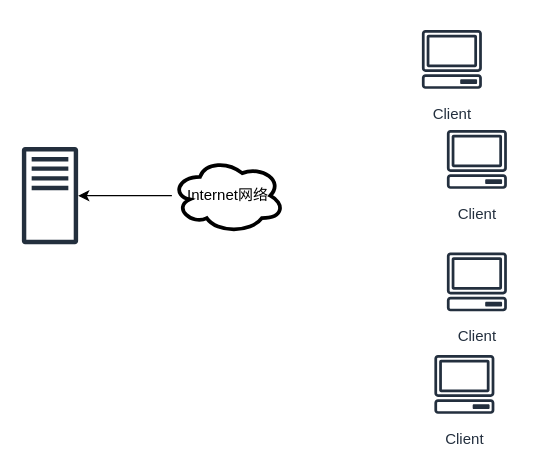
This is system_component.drawio from foreignbill/drawio, a draw.io file, before an edit. Source tidied: cells renumbered, new cells numbered last; positions are measured from the earlier drawing's top-left corner, leaving out a move shared by most shapes. Both pictures are drawn from the tidied source at 125%, with x=0, y=0 at pixel (21, 21).
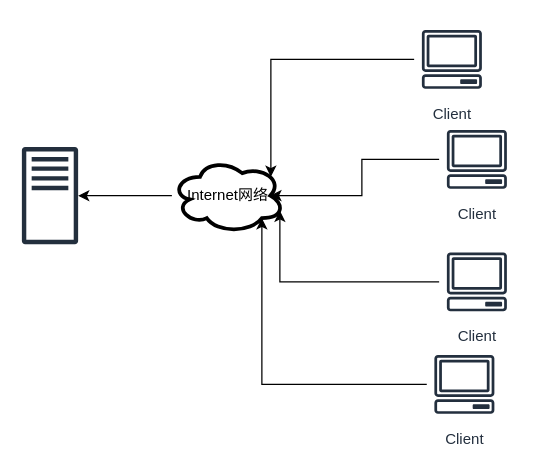
The same page after the edit.

The edit, as a diff of the source:
```diff
@@
 <mxGraphModel>
   <root>
     <mxCell id="0" />
     <mxCell id="1" parent="0" />
     <mxCell id="2" style="sketch=0;outlineConnect=0;fontColor=#232F3E;gradientColor=none;fillColor=#232F3D;strokeColor=none;dashed=0;verticalLabelPosition=bottom;verticalAlign=top;align=center;html=1;fontSize=12;fontStyle=0;shape=mxgraph.aws4.traditional_server;" parent="1" vertex="1">
       <mxGeometry y="100" width="45" height="78" as="geometry" />
     </mxCell>
+    <mxCell id="9" style="edgeStyle=orthogonalEdgeStyle;rounded=0;jettySize=auto;html=1;entryX=0.875;entryY=0.5;entryDx=0;entryDy=0;entryPerimeter=0;" parent="1" edge="1" source="3" target="8">
+      <mxGeometry relative="1" as="geometry" />
+    </mxCell>
     <mxCell id="3" value="Client" style="sketch=0;outlineConnect=0;fontColor=#232F3E;gradientColor=none;strokeColor=#232F3E;fillColor=#ffffff;dashed=0;verticalLabelPosition=bottom;verticalAlign=top;align=center;html=1;fontSize=12;fontStyle=0;shape=mxgraph.aws4.resourceIcon;resIcon=mxgraph.aws4.client;" parent="1" vertex="1">
       <mxGeometry x="334" y="80" width="60" height="60" as="geometry" />
     </mxCell>
+    <mxCell id="10" style="edgeStyle=orthogonalEdgeStyle;rounded=0;jettySize=auto;html=1;entryX=0.8;entryY=0.8;entryDx=0;entryDy=0;entryPerimeter=0;" parent="1" edge="1" source="4" target="8">
+      <mxGeometry relative="1" as="geometry" />
+    </mxCell>
     <mxCell id="4" value="Client" style="sketch=0;outlineConnect=0;fontColor=#232F3E;gradientColor=none;strokeColor=#232F3E;fillColor=#ffffff;dashed=0;verticalLabelPosition=bottom;verticalAlign=top;align=center;html=1;fontSize=12;fontStyle=0;shape=mxgraph.aws4.resourceIcon;resIcon=mxgraph.aws4.client;" parent="1" vertex="1">
       <mxGeometry x="324" y="260" width="60" height="60" as="geometry" />
     </mxCell>
+    <mxCell id="11" style="edgeStyle=orthogonalEdgeStyle;rounded=0;jettySize=auto;html=1;entryX=0.96;entryY=0.7;entryDx=0;entryDy=0;entryPerimeter=0;" parent="1" edge="1" source="5" target="8">
+      <mxGeometry relative="1" as="geometry" />
+    </mxCell>
     <mxCell id="5" value="Client" style="sketch=0;outlineConnect=0;fontColor=#232F3E;gradientColor=none;strokeColor=#232F3E;fillColor=#ffffff;dashed=0;verticalLabelPosition=bottom;verticalAlign=top;align=center;html=1;fontSize=12;fontStyle=0;shape=mxgraph.aws4.resourceIcon;resIcon=mxgraph.aws4.client;" parent="1" vertex="1">
       <mxGeometry x="334" y="178" width="60" height="60" as="geometry" />
     </mxCell>
+    <mxCell id="12" style="edgeStyle=orthogonalEdgeStyle;rounded=0;jettySize=auto;html=1;entryX=0.88;entryY=0.25;entryDx=0;entryDy=0;entryPerimeter=0;" parent="1" edge="1" source="6" target="8">
+      <mxGeometry relative="1" as="geometry" />
+    </mxCell>
     <mxCell id="6" value="Client" style="sketch=0;outlineConnect=0;fontColor=#232F3E;gradientColor=none;strokeColor=#232F3E;fillColor=#ffffff;dashed=0;verticalLabelPosition=bottom;verticalAlign=top;align=center;html=1;fontSize=12;fontStyle=0;shape=mxgraph.aws4.resourceIcon;resIcon=mxgraph.aws4.client;" parent="1" vertex="1">
       <mxGeometry x="314" width="60" height="60" as="geometry" />
     </mxCell>
     <mxCell id="7" style="edgeStyle=orthogonalEdgeStyle;rounded=0;jettySize=auto;html=1;" parent="1" edge="1" source="8" target="2">
       <mxGeometry relative="1" as="geometry" />
     </mxCell>
     <mxCell id="8" value="Internet网络" style="ellipse;shape=cloud;whiteSpace=wrap;html=1;strokeWidth=3;" parent="1" vertex="1">
       <mxGeometry x="120" y="109" width="90" height="60" as="geometry" />
     </mxCell>
   </root>
 </mxGraphModel>
```
